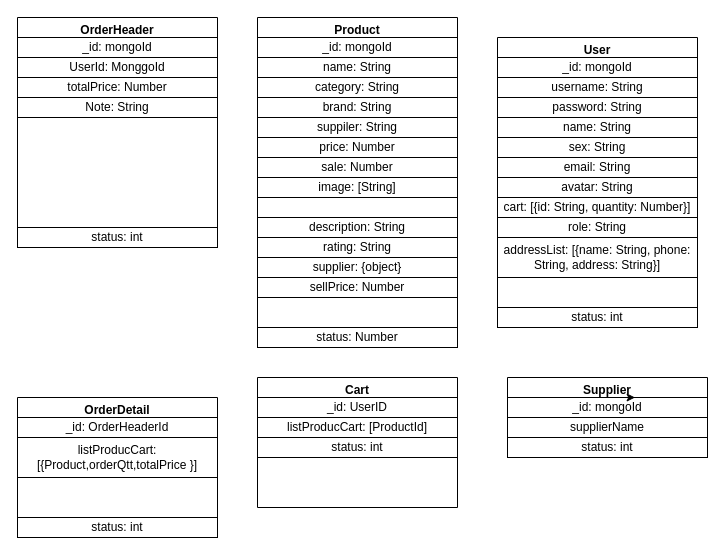
Above: fayaku-server/FayakuShop.drawio in Cloneee/Fayaku-shop (draw.io), before the change. Source tidied: cells renumbered, new cells numbered last; positions are measured from the earlier drawing's top-left corner, leaving out a move shared by most shapes. Both pictures are drawn from the tidied source at 100%, with x=0, y=0 at pixel (17, 17).
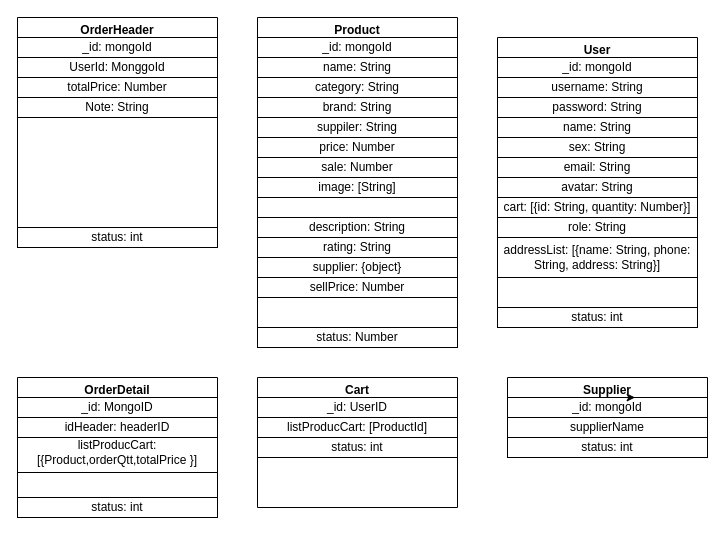
Above is the later version.

Diff of the diagram source:
```diff
@@
     <mxCell id="43" value="OrderDetail" style="swimlane;startSize=23;" parent="1" vertex="1">
-      <mxGeometry y="380" width="200" height="140" as="geometry" />
+      <mxGeometry y="360" width="200" height="140" as="geometry" />
     </mxCell>
-    <mxCell id="44" value="_id: OrderHeaderId" style="whiteSpace=wrap;html=1;rounded=0;shadow=0;sketch=0;glass=0;align=center;" parent="43" vertex="1">
+    <mxCell id="44" value="_id: MongoID" style="whiteSpace=wrap;html=1;rounded=0;shadow=0;sketch=0;glass=0;align=center;" parent="43" vertex="1">
       <mxGeometry y="20" width="200" height="20" as="geometry" />
     </mxCell>
     <mxCell id="45" value="listProducCart: [{Product,orderQtt,totalPrice&lt;span style=&quot;white-space: pre&quot;&gt; &lt;/span&gt;}]" style="whiteSpace=wrap;html=1;rounded=0;shadow=0;sketch=0;glass=0;align=center;" parent="43" vertex="1">
-      <mxGeometry y="40" width="200" height="40" as="geometry" />
+      <mxGeometry y="55" width="200" height="40" as="geometry" />
     </mxCell>
@@
+    <mxCell id="47" value="idHeader: headerID" style="whiteSpace=wrap;html=1;rounded=0;shadow=0;sketch=0;glass=0;align=center;" parent="43" vertex="1">
+      <mxGeometry y="40" width="200" height="20" as="geometry" />
+    </mxCell>
```
